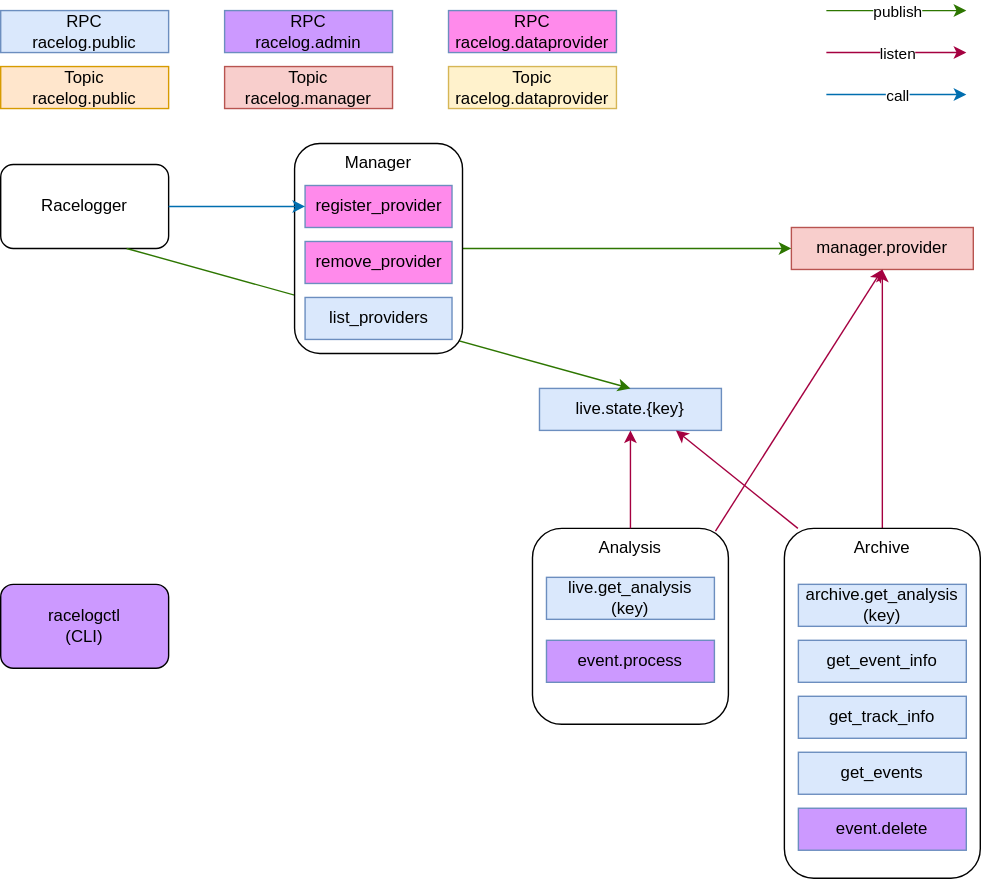
Above: docs/architecture/arch.drawio.svg in mpapenbr/iracelog-service-manager (draw.io), before the change. Source tidied: cells renumbered, new cells last; positions are measured from the earlier drawing's top-left corner, leaving out a move shared by most shapes.
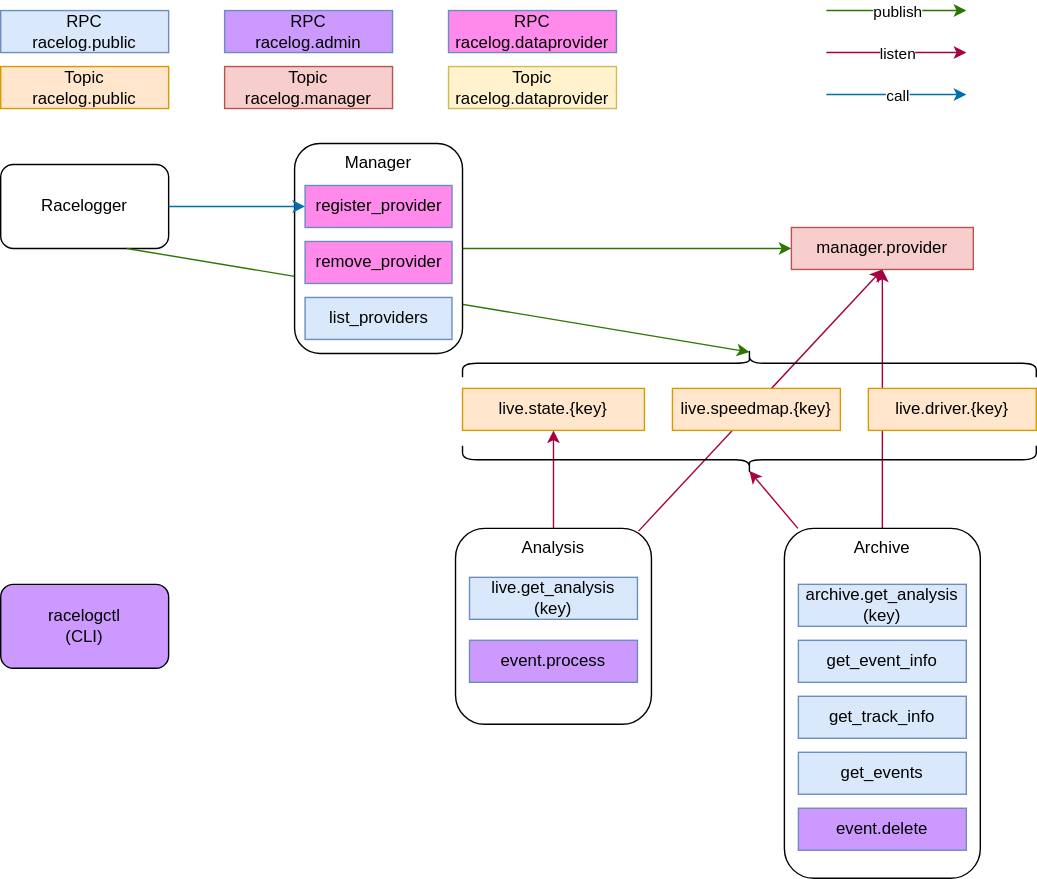
Later version of the same file.

Commit message:
Support for speedmap and driver data Fixes #7

Change to the diagram source:
```diff
@@ -11,8 +11,8 @@
     <mxCell id="4" value="Topic&lt;br&gt;racelog.public" style="rounded=0;whiteSpace=wrap;html=1;fillColor=#ffe6cc;strokeColor=#d79b00;" parent="1" vertex="1">
       <mxGeometry y="40" width="120" height="30" as="geometry" />
     </mxCell>
-    <mxCell id="5" value="live.state.{key}" style="rounded=0;whiteSpace=wrap;html=1;fillColor=#dae8fc;strokeColor=#6c8ebf;" parent="1" vertex="1">
-      <mxGeometry x="385" y="270" width="130" height="30" as="geometry" />
+    <mxCell id="5" value="live.state.{key}" style="rounded=0;whiteSpace=wrap;html=1;fillColor=#ffe6cc;strokeColor=#d79b00;" parent="1" vertex="1">
+      <mxGeometry x="330" y="270" width="130" height="30" as="geometry" />
     </mxCell>
     <mxCell id="6" value="manager.provider" style="rounded=0;whiteSpace=wrap;html=1;fillColor=#f8cecc;strokeColor=#b85450;" parent="1" vertex="1">
       <mxGeometry x="565" y="155" width="130" height="30" as="geometry" />
@@ -48,7 +48,7 @@
       <mxGeometry relative="1" as="geometry" />
     </mxCell>
     <mxCell id="14" style="group;" parent="1" vertex="1">
-      <mxGeometry x="380" y="370" width="140" height="140" as="geometry" />
+      <mxGeometry x="325" y="370" width="140" height="140" as="geometry" />
     </mxCell>
     <mxCell id="15" value="Analysis" style="rounded=1;whiteSpace=wrap;html=1;verticalAlign=top;align=center;" parent="14" vertex="1">
       <mxGeometry width="140" height="140" as="geometry" />
@@ -59,7 +59,7 @@
     <mxCell id="17" value="event.process" style="rounded=0;whiteSpace=wrap;html=1;strokeColor=#6c8ebf;fillColor=#CC99FF;" parent="14" vertex="1">
       <mxGeometry x="10" y="80" width="120" height="30" as="geometry" />
     </mxCell>
-    <mxCell id="18" style="endArrow=classic;html=1;entryX=0.5;entryY=0;entryDx=0;entryDy=0;fillColor=#60a917;strokeColor=#2D7600;exitX=0.75;exitY=1;exitDx=0;exitDy=0;" parent="1" edge="1" source="2" target="5">
+    <mxCell id="18" style="endArrow=classic;html=1;entryX=0.1;entryY=0.5;entryDx=0;entryDy=0;fillColor=#60a917;strokeColor=#2D7600;exitX=0.75;exitY=1;exitDx=0;exitDy=0;entryPerimeter=0;" parent="1" edge="1" source="2" target="42">
       <mxGeometry relative="1" as="geometry" />
     </mxCell>
     <mxCell id="19" style="endArrow=classic;html=1;fillColor=#d80073;strokeColor=#A50040;entryX=0.5;entryY=1;entryDx=0;entryDy=0;exitX=0.934;exitY=0.014;exitDx=0;exitDy=0;exitPerimeter=0;" parent="1" edge="1" source="15" target="6">
@@ -98,7 +98,7 @@
     <mxCell id="30" value="remove_provider" style="rounded=0;whiteSpace=wrap;html=1;fillColor=#FF8AEB;strokeColor=#6c8ebf;" parent="26" vertex="1">
       <mxGeometry x="7.5" y="70" width="105" height="30" as="geometry" />
     </mxCell>
-    <mxCell id="31" style="endArrow=classic;html=1;fillColor=#d80073;strokeColor=#A50040;entryX=0.75;entryY=1;entryDx=0;entryDy=0;exitX=0.069;exitY=0;exitDx=0;exitDy=0;exitPerimeter=0;" parent="1" edge="1" source="33" target="5">
+    <mxCell id="31" style="endArrow=classic;html=1;fillColor=#d80073;strokeColor=#A50040;exitX=0.069;exitY=0;exitDx=0;exitDy=0;exitPerimeter=0;entryX=0.1;entryY=0.5;entryDx=0;entryDy=0;entryPerimeter=0;" parent="1" edge="1" source="33" target="43">
       <mxGeometry relative="1" as="geometry" />
     </mxCell>
     <mxCell id="32" style="edgeStyle=orthogonalEdgeStyle;rounded=0;jettySize=auto;html=1;fillColor=#1ba1e2;strokeColor=#006EAF;entryX=0;entryY=0.5;entryDx=0;entryDy=0;" parent="1" edge="1" source="2" target="29">
@@ -125,5 +125,17 @@
     <mxCell id="39" value="event.delete" style="rounded=0;whiteSpace=wrap;html=1;strokeColor=#6c8ebf;fillColor=#CC99FF;" parent="1" vertex="1">
       <mxGeometry x="570" y="570" width="120" height="30" as="geometry" />
     </mxCell>
+    <mxCell id="40" value="live.speedmap.{key}" style="rounded=0;whiteSpace=wrap;html=1;fillColor=#ffe6cc;strokeColor=#d79b00;" parent="1" vertex="1">
+      <mxGeometry x="480" y="270" width="120" height="30" as="geometry" />
+    </mxCell>
+    <mxCell id="41" value="live.driver.{key}" style="rounded=0;whiteSpace=wrap;html=1;fillColor=#ffe6cc;strokeColor=#d79b00;" parent="1" vertex="1">
+      <mxGeometry x="620" y="270" width="120" height="30" as="geometry" />
+    </mxCell>
+    <mxCell id="42" style="shape=curlyBracket;whiteSpace=wrap;html=1;rounded=1;rotation=90;" parent="1" vertex="1">
+      <mxGeometry x="525" y="47" width="20" height="410" as="geometry" />
+    </mxCell>
+    <mxCell id="43" style="shape=curlyBracket;whiteSpace=wrap;html=1;rounded=1;rotation=-90;" parent="1" vertex="1">
+      <mxGeometry x="525" y="116" width="20" height="410" as="geometry" />
+    </mxCell>
   </root>
 </mxGraphModel>
```
